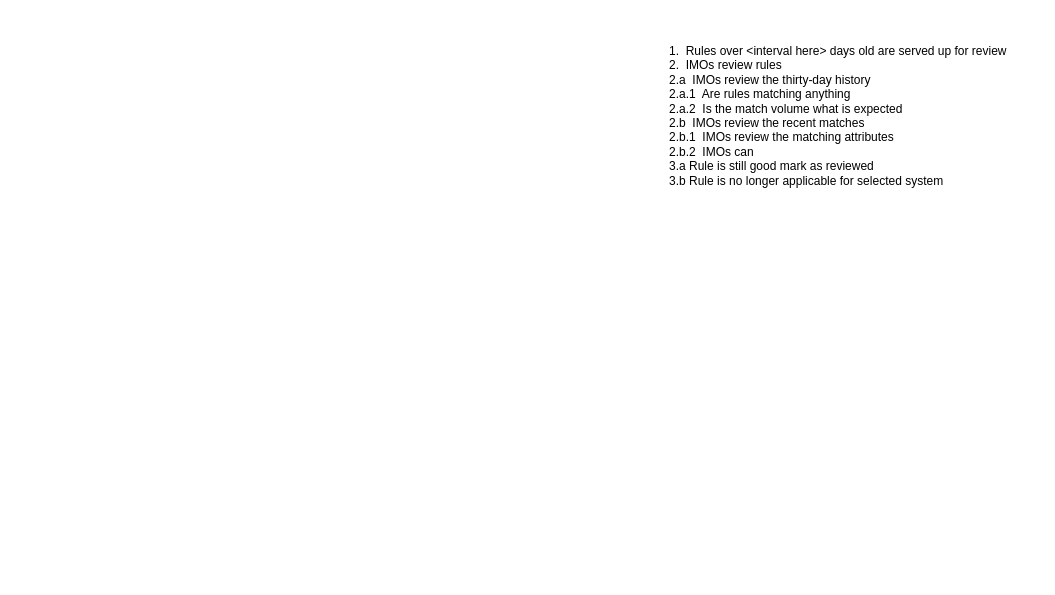
RMSLowside/rmslow keeps this draw.io diagram as page "Workflow" (2 of 3) of Drawings/RulesEngine/RulesEngine.drawio. Above is the earlier version. Source tidied: cells renumbered, new cells numbered last; positions are measured from the earlier drawing's top-left corner, leaving out a move shared by most shapes. Both pictures are drawn from the tidied source at 100%, with x=0, y=0 at pixel (667, 37).
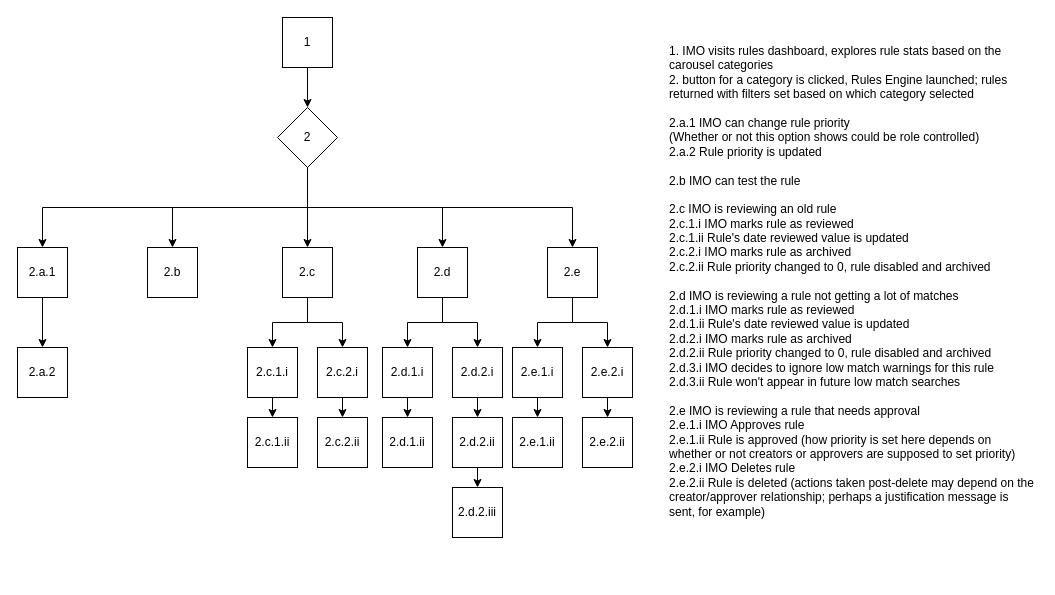
The same page after the edit.

Commit message (it also covers changes not shown here):
Updating Rules workflow

Change to the diagram source:
```diff
@@
-    <mxCell id="2" value="1.&amp;nbsp; Rules over &amp;lt;interval here&amp;gt; days old are served up for review&lt;br&gt;2.&amp;nbsp; IMOs review rules&lt;br&gt;2.a&amp;nbsp; IMOs review the thirty-day history&lt;br&gt;2.a.1&amp;nbsp; Are rules matching anything&lt;br&gt;2.a.2&amp;nbsp; Is the match volume what is expected&lt;br&gt;2.b&amp;nbsp; IMOs review the recent matches&lt;br&gt;2.b.1&amp;nbsp; IMOs review the matching attributes&amp;nbsp;&lt;br&gt;2.b.2&amp;nbsp; IMOs can&amp;nbsp;&lt;br&gt;3.a Rule is still good mark as reviewed&lt;br&gt;3.b Rule is no longer applicable for selected system" style="text;html=1;strokeColor=none;fillColor=none;align=left;verticalAlign=top;whiteSpace=wrap;rounded=0;" parent="1" vertex="1">
+    <mxCell id="2" value="&lt;div&gt;1. IMO visits rules dashboard, explores rule stats based on the carousel categories&amp;nbsp;&lt;/div&gt;&lt;div&gt;2. button for a category is clicked, Rules Engine launched; rules returned with filters set based on which category selected&lt;/div&gt;&lt;div&gt;&lt;br&gt;&lt;/div&gt;&lt;div&gt;2.a.1 IMO can change rule priority&lt;br&gt;(Whether or not this option shows could be role controlled)&lt;br&gt;2.a.2 Rule priority is updated&lt;/div&gt;&lt;div&gt;&lt;br&gt;&lt;/div&gt;&lt;div&gt;2.b IMO can test the rule&lt;/div&gt;&lt;div&gt;&lt;br&gt;&lt;/div&gt;&lt;div&gt;2.c IMO is reviewing an old rule&lt;/div&gt;&lt;div&gt;2.c.1.i IMO marks rule as reviewed&lt;/div&gt;&lt;div&gt;2.c.1.ii Rule's date reviewed value is updated&lt;/div&gt;&lt;div&gt;2.c.2.i IMO marks rule as archived&lt;/div&gt;&lt;div&gt;2.c.2.ii Rule priority changed to 0, rule disabled and archived&lt;/div&gt;&lt;div&gt;&lt;br&gt;&lt;/div&gt;&lt;div&gt;2.d IMO is reviewing a rule not getting a lot of matches&lt;/div&gt;&lt;div&gt;2.d.1.i IMO marks rule as reviewed&lt;/div&gt;&lt;div&gt;2.d.1.ii Rule's date reviewed value is updated&lt;/div&gt;&lt;div&gt;2.d.2.i IMO marks rule as archived&lt;/div&gt;&lt;div&gt;2.d.2.ii Rule priority changed to 0, rule disabled and archived&lt;/div&gt;&lt;div&gt;2.d.3.i IMO decides to ignore low match warnings for this rule&lt;/div&gt;&lt;div&gt;2.d.3.ii Rule won't appear in future low match searches&lt;/div&gt;&lt;div&gt;&lt;br&gt;&lt;/div&gt;&lt;div&gt;2.e IMO is reviewing a rule that needs approval&lt;/div&gt;&lt;div&gt;2.e.1.i IMO Approves rule&lt;/div&gt;&lt;div&gt;2.e.1.ii Rule is approved (how priority is set here depends on whether or not creators or approvers are supposed to set priority)&lt;/div&gt;&lt;div&gt;2.e.2.i IMO Deletes rule&lt;/div&gt;&lt;div&gt;2.e.2.ii Rule is deleted (actions taken post-delete may depend on the creator/approver relationship; perhaps a justification message is sent, for example)&lt;/div&gt;" style="text;html=1;strokeColor=none;fillColor=none;align=left;verticalAlign=top;whiteSpace=wrap;rounded=0;" parent="1" vertex="1">
       <mxGeometry width="370" height="540" as="geometry" />
     </mxCell>
+    <mxCell id="3" style="edgeStyle=orthogonalEdgeStyle;rounded=0;jettySize=auto;html=1;exitX=0.5;exitY=1;exitDx=0;exitDy=0;entryX=0.5;entryY=0;entryDx=0;entryDy=0;" parent="1" edge="1" source="4" target="12">
+      <mxGeometry relative="1" as="geometry" />
+    </mxCell>
+    <mxCell id="4" value="1" style="whiteSpace=wrap;html=1;" parent="1" vertex="1">
+      <mxGeometry x="-385" y="-20" width="50" height="50" as="geometry" />
+    </mxCell>
+    <mxCell id="5" style="edgeStyle=orthogonalEdgeStyle;rounded=0;jettySize=auto;html=1;exitX=0.5;exitY=1;exitDx=0;exitDy=0;entryX=0.5;entryY=0;entryDx=0;entryDy=0;" parent="1" edge="1" source="6" target="43">
+      <mxGeometry relative="1" as="geometry" />
+    </mxCell>
+    <mxCell id="6" value="2.a.1" style="whiteSpace=wrap;html=1;" parent="1" vertex="1">
+      <mxGeometry x="-650" y="210" width="50" height="50" as="geometry" />
+    </mxCell>
+    <mxCell id="7" style="edgeStyle=orthogonalEdgeStyle;rounded=0;jettySize=auto;html=1;exitX=0.5;exitY=1;exitDx=0;exitDy=0;entryX=0.5;entryY=0;entryDx=0;entryDy=0;" parent="1" edge="1" source="12" target="6">
+      <mxGeometry relative="1" as="geometry" />
+    </mxCell>
+    <mxCell id="8" style="edgeStyle=orthogonalEdgeStyle;rounded=0;jettySize=auto;html=1;exitX=0.5;exitY=1;exitDx=0;exitDy=0;entryX=0.5;entryY=0;entryDx=0;entryDy=0;" parent="1" edge="1" source="12" target="13">
+      <mxGeometry relative="1" as="geometry" />
+    </mxCell>
+    <mxCell id="9" style="edgeStyle=orthogonalEdgeStyle;rounded=0;jettySize=auto;html=1;exitX=0.5;exitY=1;exitDx=0;exitDy=0;entryX=0.5;entryY=0;entryDx=0;entryDy=0;" parent="1" edge="1" source="12" target="16">
+      <mxGeometry relative="1" as="geometry" />
+    </mxCell>
+    <mxCell id="10" style="edgeStyle=orthogonalEdgeStyle;rounded=0;jettySize=auto;html=1;exitX=0.5;exitY=1;exitDx=0;exitDy=0;" parent="1" edge="1" source="12" target="19">
+      <mxGeometry relative="1" as="geometry" />
+    </mxCell>
+    <mxCell id="11" style="edgeStyle=orthogonalEdgeStyle;rounded=0;jettySize=auto;html=1;exitX=0.5;exitY=1;exitDx=0;exitDy=0;entryX=0.5;entryY=0;entryDx=0;entryDy=0;" parent="1" edge="1" source="12" target="22">
+      <mxGeometry relative="1" as="geometry" />
+    </mxCell>
+    <mxCell id="12" value="2" style="rhombus;whiteSpace=wrap;html=1;" parent="1" vertex="1">
+      <mxGeometry x="-390" y="70" width="60" height="60" as="geometry" />
+    </mxCell>
+    <mxCell id="13" value="2.b" style="whiteSpace=wrap;html=1;" parent="1" vertex="1">
+      <mxGeometry x="-520" y="210" width="50" height="50" as="geometry" />
+    </mxCell>
+    <mxCell id="14" style="edgeStyle=orthogonalEdgeStyle;rounded=0;jettySize=auto;html=1;exitX=0.5;exitY=1;exitDx=0;exitDy=0;entryX=0.5;entryY=0;entryDx=0;entryDy=0;" parent="1" edge="1" source="16" target="24">
+      <mxGeometry relative="1" as="geometry" />
+    </mxCell>
+    <mxCell id="15" style="edgeStyle=orthogonalEdgeStyle;rounded=0;jettySize=auto;html=1;exitX=0.5;exitY=1;exitDx=0;exitDy=0;entryX=0.5;entryY=0;entryDx=0;entryDy=0;" parent="1" edge="1" source="16" target="26">
+      <mxGeometry relative="1" as="geometry" />
+    </mxCell>
+    <mxCell id="16" value="2.c" style="whiteSpace=wrap;html=1;" parent="1" vertex="1">
+      <mxGeometry x="-385" y="210" width="50" height="50" as="geometry" />
+    </mxCell>
+    <mxCell id="17" style="edgeStyle=orthogonalEdgeStyle;rounded=0;jettySize=auto;html=1;exitX=0.5;exitY=1;exitDx=0;exitDy=0;entryX=0.5;entryY=0;entryDx=0;entryDy=0;" parent="1" edge="1" source="19" target="28">
+      <mxGeometry relative="1" as="geometry" />
+    </mxCell>
+    <mxCell id="18" style="edgeStyle=orthogonalEdgeStyle;rounded=0;jettySize=auto;html=1;exitX=0.5;exitY=1;exitDx=0;exitDy=0;entryX=0.5;entryY=0;entryDx=0;entryDy=0;" parent="1" edge="1" source="19" target="30">
+      <mxGeometry relative="1" as="geometry" />
+    </mxCell>
+    <mxCell id="19" value="2.d" style="whiteSpace=wrap;html=1;" parent="1" vertex="1">
+      <mxGeometry x="-250" y="210" width="50" height="50" as="geometry" />
+    </mxCell>
+    <mxCell id="20" style="edgeStyle=orthogonalEdgeStyle;rounded=0;jettySize=auto;html=1;exitX=0.5;exitY=1;exitDx=0;exitDy=0;entryX=0.5;entryY=0;entryDx=0;entryDy=0;" parent="1" edge="1" source="22" target="32">
+      <mxGeometry relative="1" as="geometry" />
+    </mxCell>
+    <mxCell id="21" style="edgeStyle=orthogonalEdgeStyle;rounded=0;jettySize=auto;html=1;exitX=0.5;exitY=1;exitDx=0;exitDy=0;entryX=0.5;entryY=0;entryDx=0;entryDy=0;" parent="1" edge="1" source="22" target="34">
+      <mxGeometry relative="1" as="geometry" />
+    </mxCell>
+    <mxCell id="22" value="2.e" style="whiteSpace=wrap;html=1;" parent="1" vertex="1">
+      <mxGeometry x="-120" y="210" width="50" height="50" as="geometry" />
+    </mxCell>
+    <mxCell id="23" style="edgeStyle=orthogonalEdgeStyle;rounded=0;jettySize=auto;html=1;exitX=0.5;exitY=1;exitDx=0;exitDy=0;entryX=0.5;entryY=0;entryDx=0;entryDy=0;" parent="1" edge="1" source="24" target="35">
+      <mxGeometry relative="1" as="geometry" />
+    </mxCell>
+    <mxCell id="24" value="2.c.1.i" style="whiteSpace=wrap;html=1;" parent="1" vertex="1">
+      <mxGeometry x="-420" y="310" width="50" height="50" as="geometry" />
+    </mxCell>
+    <mxCell id="25" style="edgeStyle=orthogonalEdgeStyle;rounded=0;jettySize=auto;html=1;exitX=0.5;exitY=1;exitDx=0;exitDy=0;entryX=0.5;entryY=0;entryDx=0;entryDy=0;" parent="1" edge="1" source="26" target="36">
+      <mxGeometry relative="1" as="geometry" />
+    </mxCell>
+    <mxCell id="26" value="2.c.2.i" style="whiteSpace=wrap;html=1;" parent="1" vertex="1">
+      <mxGeometry x="-350" y="310" width="50" height="50" as="geometry" />
+    </mxCell>
+    <mxCell id="27" style="edgeStyle=orthogonalEdgeStyle;rounded=0;jettySize=auto;html=1;exitX=0.5;exitY=1;exitDx=0;exitDy=0;entryX=0.5;entryY=0;entryDx=0;entryDy=0;" parent="1" edge="1" source="28" target="37">
+      <mxGeometry relative="1" as="geometry" />
+    </mxCell>
+    <mxCell id="28" value="2.d.1.i" style="whiteSpace=wrap;html=1;" parent="1" vertex="1">
+      <mxGeometry x="-285" y="310" width="50" height="50" as="geometry" />
+    </mxCell>
+    <mxCell id="29" style="edgeStyle=orthogonalEdgeStyle;rounded=0;jettySize=auto;html=1;exitX=0.5;exitY=1;exitDx=0;exitDy=0;entryX=0.5;entryY=0;entryDx=0;entryDy=0;" parent="1" edge="1" source="30" target="39">
+      <mxGeometry relative="1" as="geometry" />
+    </mxCell>
+    <mxCell id="30" value="2.d.2.i" style="whiteSpace=wrap;html=1;" parent="1" vertex="1">
+      <mxGeometry x="-215" y="310" width="50" height="50" as="geometry" />
+    </mxCell>
+    <mxCell id="31" style="edgeStyle=orthogonalEdgeStyle;rounded=0;jettySize=auto;html=1;exitX=0.5;exitY=1;exitDx=0;exitDy=0;entryX=0.5;entryY=0;entryDx=0;entryDy=0;" parent="1" edge="1" source="32" target="40">
+      <mxGeometry relative="1" as="geometry" />
+    </mxCell>
+    <mxCell id="32" value="2.e.1.i" style="whiteSpace=wrap;html=1;" parent="1" vertex="1">
+      <mxGeometry x="-155" y="310" width="50" height="50" as="geometry" />
+    </mxCell>
+    <mxCell id="33" style="edgeStyle=orthogonalEdgeStyle;rounded=0;jettySize=auto;html=1;exitX=0.5;exitY=1;exitDx=0;exitDy=0;entryX=0.5;entryY=0;entryDx=0;entryDy=0;" parent="1" edge="1" source="34" target="41">
+      <mxGeometry relative="1" as="geometry" />
+    </mxCell>
+    <mxCell id="34" value="2.e.2.i" style="whiteSpace=wrap;html=1;" parent="1" vertex="1">
+      <mxGeometry x="-85" y="310" width="50" height="50" as="geometry" />
+    </mxCell>
+    <mxCell id="35" value="2.c.1.ii" style="whiteSpace=wrap;html=1;" parent="1" vertex="1">
+      <mxGeometry x="-420" y="380" width="50" height="50" as="geometry" />
+    </mxCell>
+    <mxCell id="36" value="2.c.2.ii" style="whiteSpace=wrap;html=1;" parent="1" vertex="1">
+      <mxGeometry x="-350" y="380" width="50" height="50" as="geometry" />
+    </mxCell>
+    <mxCell id="37" value="2.d.1.ii" style="whiteSpace=wrap;html=1;" parent="1" vertex="1">
+      <mxGeometry x="-285" y="380" width="50" height="50" as="geometry" />
+    </mxCell>
+    <mxCell id="38" style="edgeStyle=orthogonalEdgeStyle;rounded=0;jettySize=auto;html=1;exitX=0.5;exitY=1;exitDx=0;exitDy=0;entryX=0.5;entryY=0;entryDx=0;entryDy=0;" parent="1" edge="1" source="39" target="42">
+      <mxGeometry relative="1" as="geometry" />
+    </mxCell>
+    <mxCell id="39" value="2.d.2.ii" style="whiteSpace=wrap;html=1;" parent="1" vertex="1">
+      <mxGeometry x="-215" y="380" width="50" height="50" as="geometry" />
+    </mxCell>
+    <mxCell id="40" value="2.e.1.ii" style="whiteSpace=wrap;html=1;" parent="1" vertex="1">
+      <mxGeometry x="-155" y="380" width="50" height="50" as="geometry" />
+    </mxCell>
+    <mxCell id="41" value="2.e.2.ii" style="whiteSpace=wrap;html=1;" parent="1" vertex="1">
+      <mxGeometry x="-85" y="380" width="50" height="50" as="geometry" />
+    </mxCell>
+    <mxCell id="42" value="2.d.2.iii" style="whiteSpace=wrap;html=1;" parent="1" vertex="1">
+      <mxGeometry x="-215" y="450" width="50" height="50" as="geometry" />
+    </mxCell>
+    <mxCell id="43" value="2.a.2" style="whiteSpace=wrap;html=1;" parent="1" vertex="1">
+      <mxGeometry x="-650" y="310" width="50" height="50" as="geometry" />
+    </mxCell>
```
